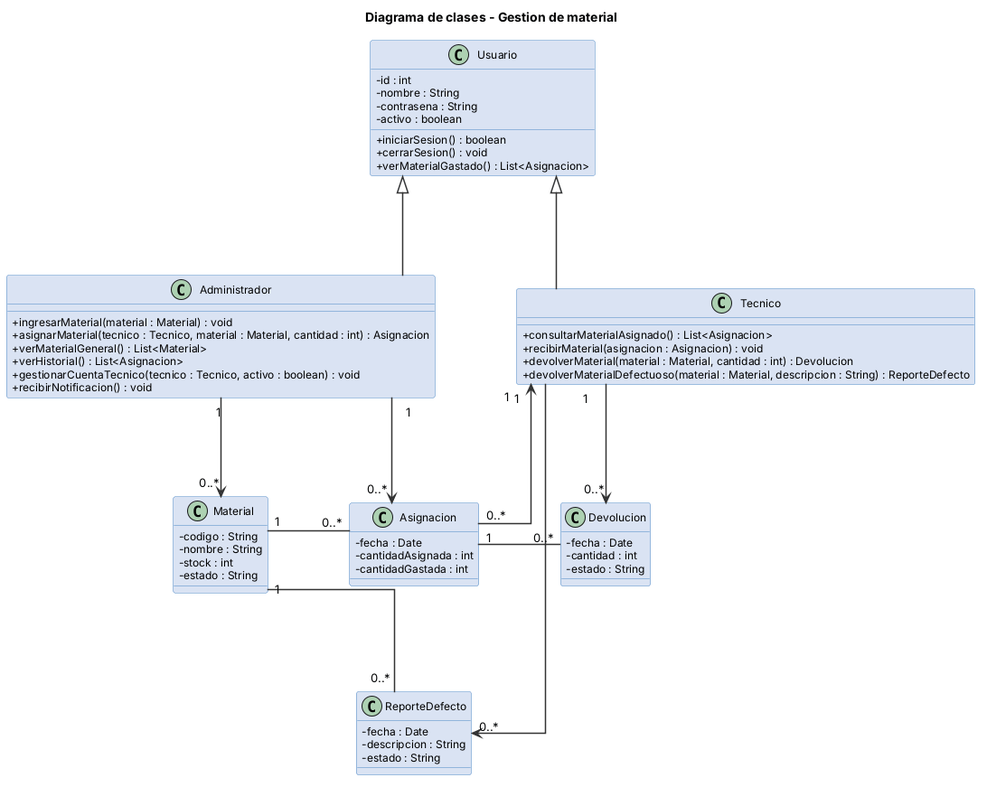
The PlantUML diagram docs/diagramas/diagrama-gestion-material.png in johanhenao932-design/proyecto-ingenieria-software1, before a commit.
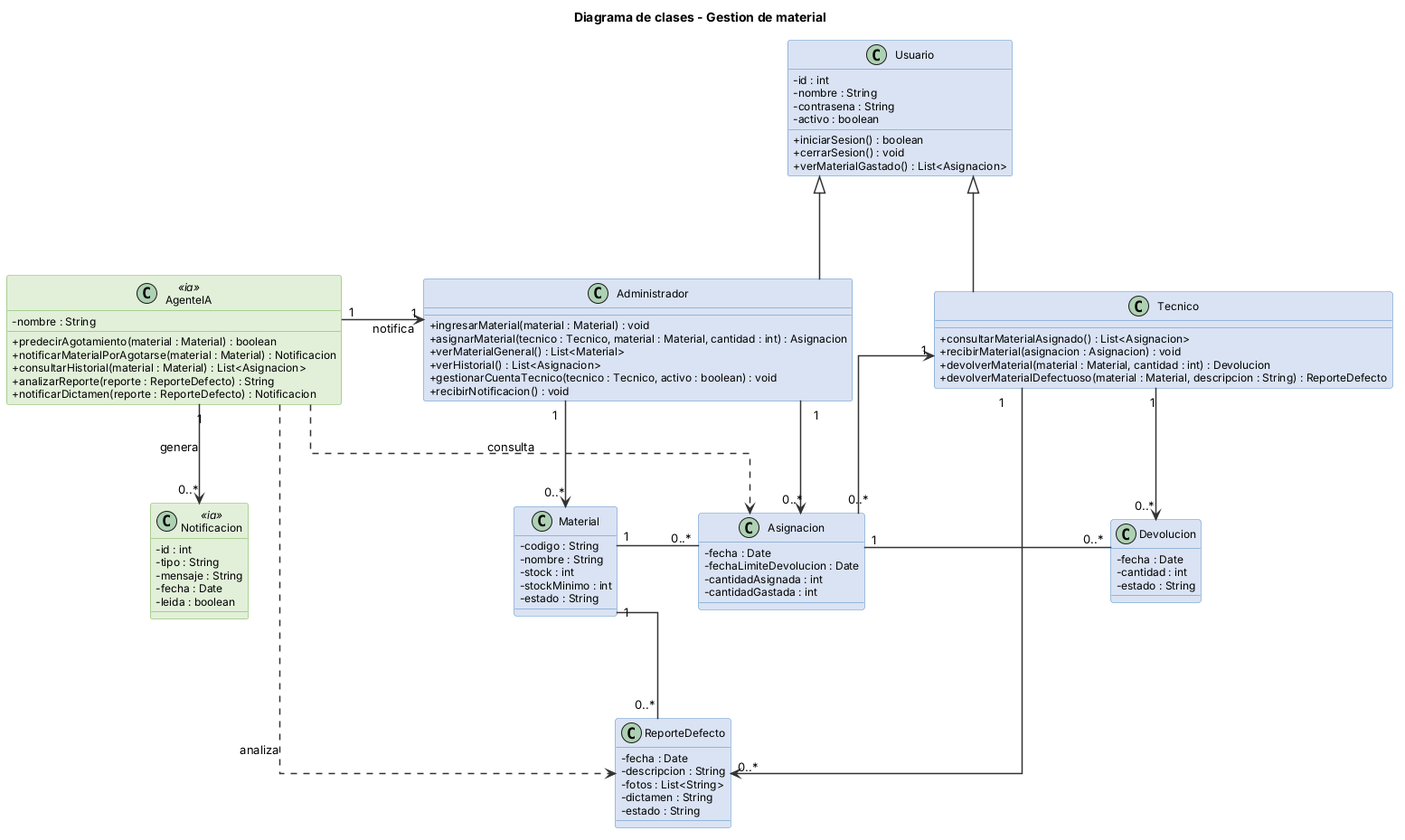
Later version of the same file.

Commit message:
actualizacion de diagrama de clases y diagrama de uso, implementando agente ia

Diff of the diagram source:
```diff
@@ -13,6 +13,10 @@
   BorderColor #4A86C5
   FontSize 14
   AttributeFontSize 12
+}
+skinparam class<<ia>> {
+  BackgroundColor #E2F0D9
+  BorderColor #70AD47
 }
 
 class Usuario {
@@ -41,15 +45,26 @@
   + devolverMaterialDefectuoso(material : Material, descripcion : String) : ReporteDefecto
 }
 
+class AgenteIA <<ia>> {
+  - nombre : String
+  + predecirAgotamiento(material : Material) : boolean
+  + notificarMaterialPorAgotarse(material : Material) : Notificacion
+  + consultarHistorial(material : Material) : List<Asignacion>
+  + analizarReporte(reporte : ReporteDefecto) : String
+  + notificarDictamen(reporte : ReporteDefecto) : Notificacion
+}
+
 class Material {
   - codigo : String
   - nombre : String
   - stock : int
+  - stockMinimo : int
   - estado : String
 }
 
 class Asignacion {
   - fecha : Date
+  - fechaLimiteDevolucion : Date
   - cantidadAsignada : int
   - cantidadGastada : int
 }
@@ -60,9 +75,19 @@
   - estado : String
 }
 
+class Notificacion <<ia>> {
+  - id : int
+  - tipo : String
+  - mensaje : String
+  - fecha : Date
+  - leida : boolean
+}
+
 class ReporteDefecto {
   - fecha : Date
   - descripcion : String
+  - fotos : List<String>
+  - dictamen : String
   - estado : String
 }
 
@@ -72,7 +97,7 @@
 Administrador "1" -down-> "0..*" Material
 Administrador "1" -down-> "0..*" Asignacion
 
-Tecnico "1" <-down- "0..*" Asignacion
+Asignacion "0..*" -up-> "1" Tecnico
 Tecnico "1" -down-> "0..*" Devolucion
 Tecnico "1" -down-> "0..*" ReporteDefecto
 
@@ -80,7 +105,15 @@
 Asignacion "1" -right- "0..*" Devolucion
 Material "1" -down- "0..*" ReporteDefecto
 
+AgenteIA "1" -right-> "1" Administrador : notifica
+AgenteIA "1" -down-> "0..*" Notificacion : genera
+AgenteIA ..> Asignacion : consulta
+AgenteIA ..> ReporteDefecto : analiza
+
 Material -[hidden]right- Asignacion
 Asignacion -[hidden]right- Devolucion
 Asignacion -[hidden]down- ReporteDefecto
+Administrador -[hidden]right- Tecnico
+AgenteIA -[hidden]right- Administrador
+Notificacion -[hidden]right- Material
 @enduml
```
